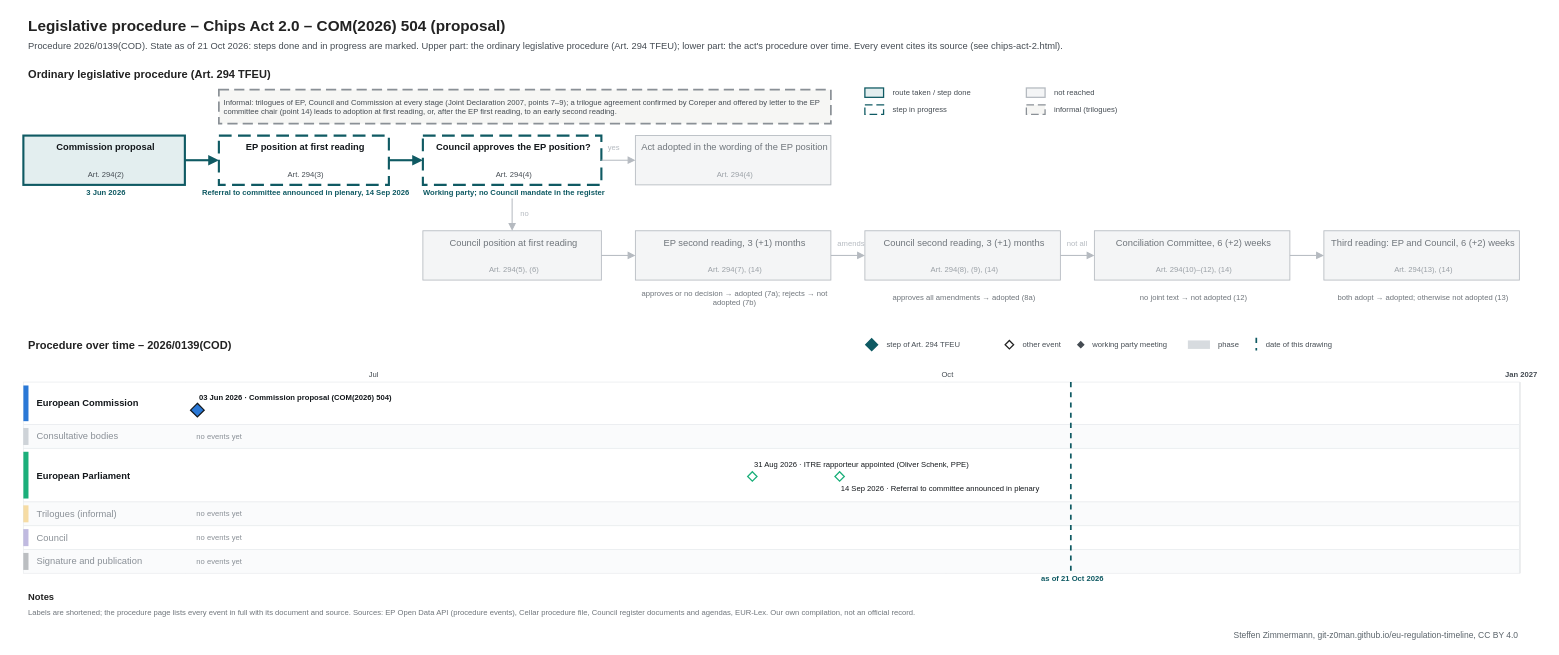
Earlier version of the draw.io diagram procedures/chips-act-2.drawio (git-z0man/eu-regulation-timeline). Source tidied: cells renumbered, new cells numbered last; positions are measured from the earlier drawing's top-left corner, leaving out a move shared by most shapes. Both pictures are drawn from the tidied source at 85%, with x=0, y=0 at pixel (14, 14).
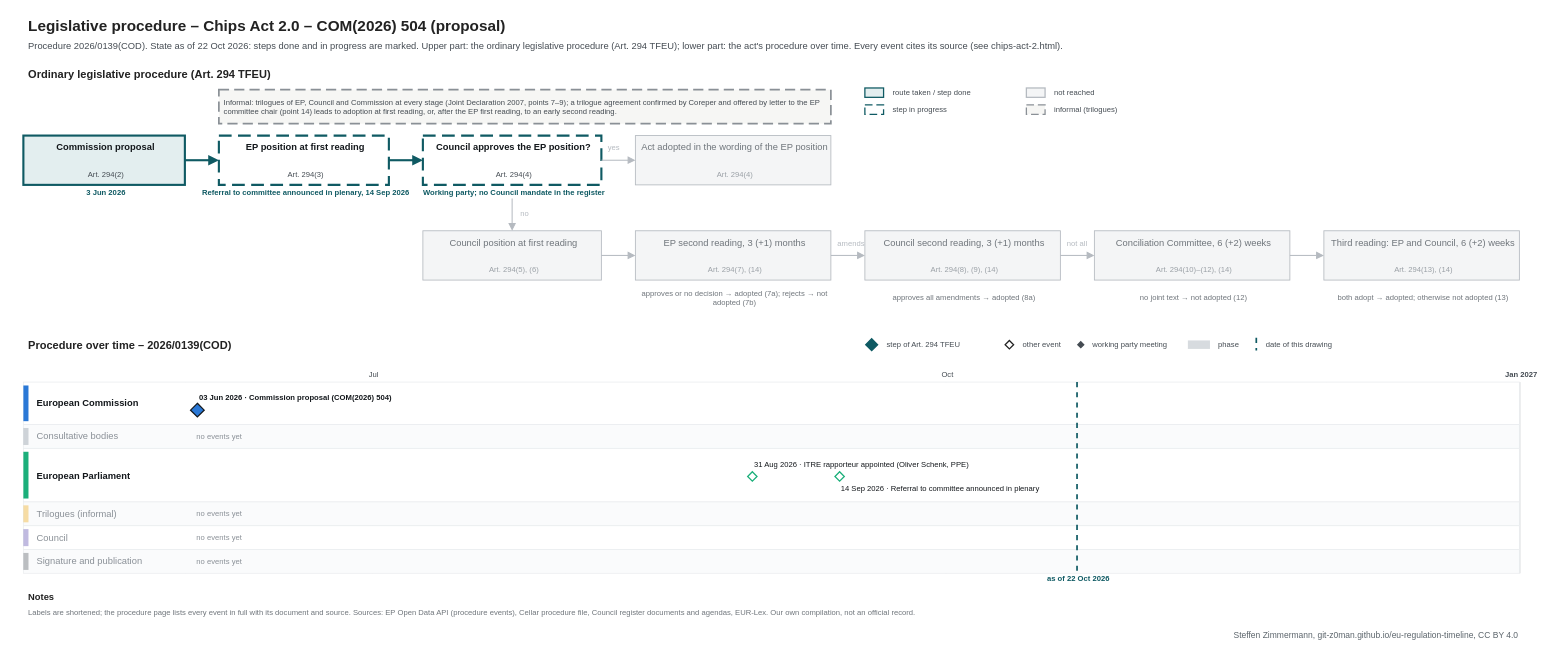
After the change.

Diff of the diagram source:
```diff
@@
-    <mxCell id="3" value="Procedure 2026/0139(COD). State as of 21 Oct 2026: steps done and in progress are marked. Upper part: the ordinary legislative procedure (Art. 294 TFEU); lower part: the act's procedure over time. Every event cites its source (see chips-act-2.html)." style="text;html=1;fontSize=11;fontColor=#454c53;align=left;verticalAlign=middle;spacingLeft=4;" parent="1" vertex="1">
+    <mxCell id="3" value="Procedure 2026/0139(COD). State as of 22 Oct 2026: steps done and in progress are marked. Upper part: the ordinary legislative procedure (Art. 294 TFEU); lower part: the act's procedure over time. Every event cites its source (see chips-act-2.html)." style="text;html=1;fontSize=11;fontColor=#454c53;align=left;verticalAlign=middle;spacingLeft=4;" parent="1" vertex="1">
       <mxGeometry x="10" y="28" width="1700" height="18" as="geometry" />
     </mxCell>
@@
     <mxCell id="105" style="line;html=1;strokeWidth=2;strokeColor=#0f5a63;direction=south;dashed=1;" parent="1" vertex="1">
-      <mxGeometry x="1241.8" y="432" width="1" height="225" as="geometry" />
+      <mxGeometry x="1249.1" y="432" width="1" height="225" as="geometry" />
     </mxCell>
-    <mxCell id="106" value="as of 21 Oct 2026" style="text;html=1;fontSize=9;fontColor=#0f5a63;align=center;verticalAlign=middle;spacingLeft=4;fontStyle=1;" parent="1" vertex="1">
-      <mxGeometry x="1181.8" y="658" width="120" height="12" as="geometry" />
+    <mxCell id="106" value="as of 22 Oct 2026" style="text;html=1;fontSize=9;fontColor=#0f5a63;align=center;verticalAlign=middle;spacingLeft=4;fontStyle=1;" parent="1" vertex="1">
+      <mxGeometry x="1189.1" y="658" width="120" height="12" as="geometry" />
     </mxCell>
```
